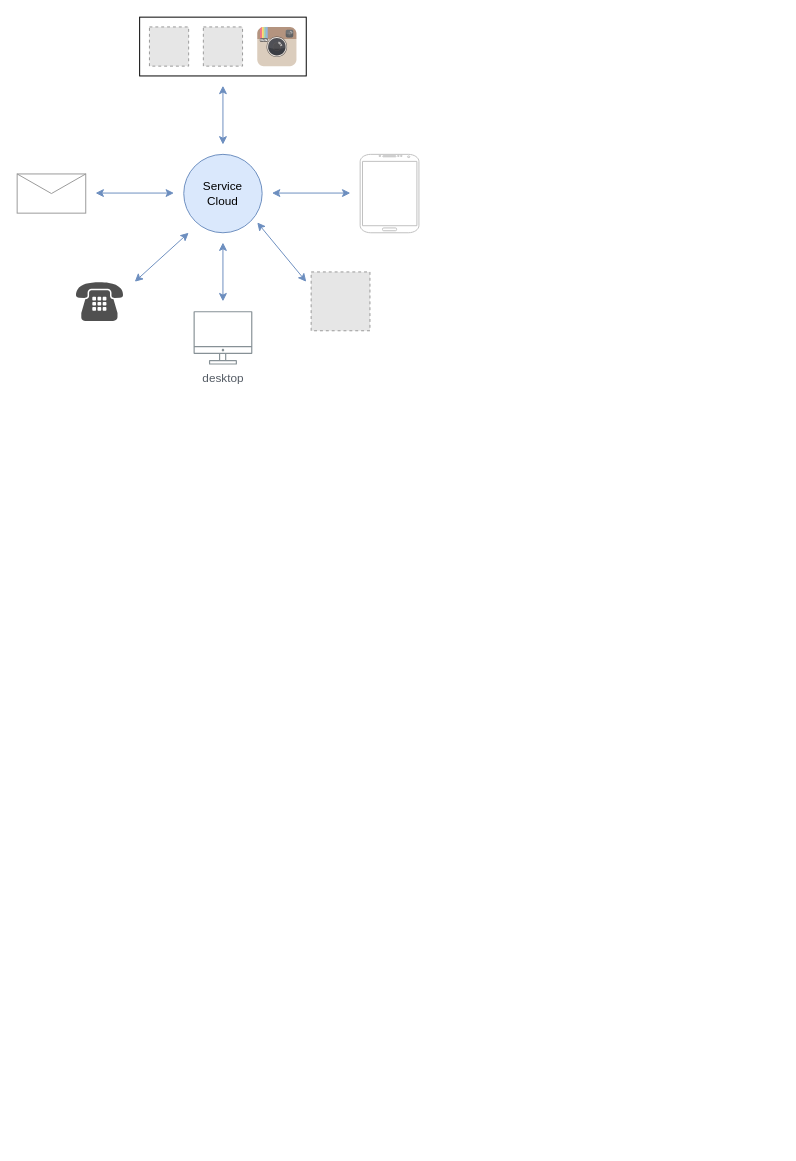
The draw.io diagram Service Cloud.drawio in jjromerop/draw, before the edit. Source tidied: cells renumbered, new cells numbered last; positions are measured from the earlier drawing's top-left corner, leaving out a move shared by most shapes. Both pictures are drawn from the tidied source at 98%, with x=0, y=0 at pixel (17, 17). Pictures stored in the file or linked from it are replaced by grey dashed boxes.
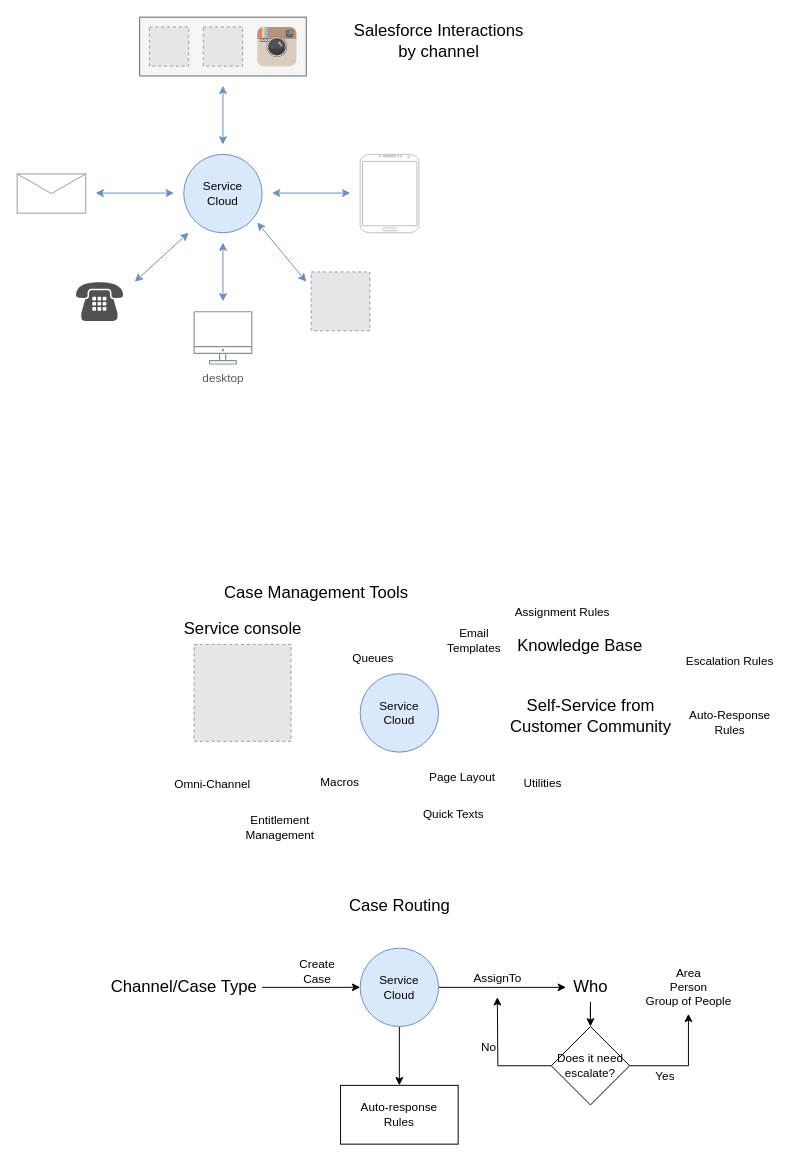
The same diagram, later.

Change to the diagram source:
```diff
@@
-    <mxCell id="5" style="whiteSpace=wrap;html=1;" parent="1" vertex="1">
+    <mxCell id="5" style="whiteSpace=wrap;html=1;fillColor=#f5f5f5;strokeColor=#666666;fontColor=#333333;" parent="1" vertex="1">
       <mxGeometry x="125" width="170" height="60" as="geometry" />
     </mxCell>
-    <mxCell id="6" style="fillColor=#E6E6E6;strokeColor=#999999;dashed=1;html=1;verticalAlign=top;verticalLabelPosition=bottom;labelBackgroundColor=#ffffff;" parent="1" vertex="1">
+    <mxCell id="6" style="fillColor=#E6E6E6;strokeColor=#999999;dashed=1;html=1;verticalAlign=top;verticalLabelPosition=bottom;labelBackgroundColor=#ffffff;fontColor=#333333;" parent="1" vertex="1">
       <mxGeometry x="135" y="10" width="40" height="40" as="geometry" />
     </mxCell>
-    <mxCell id="7" style="fillColor=#E6E6E6;strokeColor=#999999;dashed=1;html=1;verticalAlign=top;verticalLabelPosition=bottom;labelBackgroundColor=#ffffff;" parent="1" vertex="1">
+    <mxCell id="7" style="fillColor=#E6E6E6;strokeColor=#999999;dashed=1;html=1;verticalAlign=top;verticalLabelPosition=bottom;labelBackgroundColor=#ffffff;fontColor=#333333;" parent="1" vertex="1">
       <mxGeometry x="190" y="10" width="40" height="40" as="geometry" />
     </mxCell>
-    <mxCell id="8" style="dashed=0;html=1;align=center;labelPosition=center;verticalLabelPosition=bottom;verticalAlign=top;shape=mxgraph.weblogos.instagram;fillColor=#6FC0E4;gradientColor=#1E305B;" parent="1" vertex="1">
+    <mxCell id="8" style="dashed=0;html=1;align=center;labelPosition=center;verticalLabelPosition=bottom;verticalAlign=top;shape=mxgraph.weblogos.instagram;fillColor=#f5f5f5;strokeColor=#666666;fontColor=#333333;" parent="1" vertex="1">
       <mxGeometry x="245" y="10" width="40" height="40" as="geometry" />
     </mxCell>
-    <mxCell id="9" style="edgeStyle=orthogonalEdgeStyle;rounded=0;orthogonalLoop=1;jettySize=auto;html=1;exitX=0.5;exitY=1;exitDx=0;exitDy=0;" parent="1" edge="1" source="5" target="5">
+    <mxCell id="9" style="edgeStyle=orthogonalEdgeStyle;rounded=0;orthogonalLoop=1;jettySize=auto;html=1;exitX=0.5;exitY=1;exitDx=0;exitDy=0;fillColor=#f5f5f5;strokeColor=#666666;" parent="1" edge="1" source="5" target="5">
       <mxGeometry relative="1" as="geometry" />
     </mxCell>
@@
+    <mxCell id="19" value="Salesforce Interactions&lt;br style=&quot;font-size: 17px;&quot;&gt;by channel" style="text;html=1;align=center;verticalAlign=middle;fontColor=#000000;fontSize=17;" parent="1" vertex="1">
+      <mxGeometry x="335" width="190" height="50" as="geometry" />
+    </mxCell>
+    <mxCell id="20" value="Service&lt;br&gt;Cloud" style="ellipse;whiteSpace=wrap;html=1;fillColor=#dae8fc;strokeColor=#6c8ebf;" parent="1" vertex="1">
+      <mxGeometry x="350" y="670" width="80" height="80" as="geometry" />
+    </mxCell>
+    <mxCell id="21" style="fillColor=#E6E6E6;strokeColor=#999999;dashed=1;html=1;verticalAlign=top;verticalLabelPosition=bottom;labelBackgroundColor=#ffffff;fontSize=17;fontColor=#000000;" parent="1" vertex="1">
+      <mxGeometry x="180.5" y="640" width="99" height="99" as="geometry" />
+    </mxCell>
+    <mxCell id="22" value="Service console" style="text;html=1;align=center;verticalAlign=middle;fontSize=17;fontColor=#000000;" parent="1" vertex="1">
+      <mxGeometry x="160" y="610" width="140" height="30" as="geometry" />
+    </mxCell>
+    <mxCell id="23" value="Case Management Tools" style="text;html=1;align=center;verticalAlign=middle;fontSize=17;fontColor=#000000;" parent="1" vertex="1">
+      <mxGeometry x="205" y="573" width="200" height="30" as="geometry" />
+    </mxCell>
+    <mxCell id="24" value="Knowledge Base" style="text;html=1;align=center;verticalAlign=middle;fontSize=17;fontColor=#000000;" parent="1" vertex="1">
+      <mxGeometry x="504" y="627" width="140" height="30" as="geometry" />
+    </mxCell>
+    <mxCell id="25" value="Self-Service from &lt;br&gt;Customer Community" style="text;html=1;align=center;verticalAlign=middle;fontSize=17;fontColor=#000000;" parent="1" vertex="1">
+      <mxGeometry x="495" y="689" width="180" height="50" as="geometry" />
+    </mxCell>
+    <mxCell id="26" style="edgeStyle=orthogonalEdgeStyle;rounded=0;jettySize=auto;html=1;exitX=1;exitY=0.5;exitDx=0;exitDy=0;fontSize=17;fontColor=#000000;" parent="1" edge="1" source="29" target="35">
+      <mxGeometry relative="1" as="geometry" />
+    </mxCell>
+    <mxCell id="27" value="AssignTo" style="text;html=1;align=center;verticalAlign=middle;labelBackgroundColor=#ffffff;fontSize=12;fontColor=#000000;" parent="26" vertex="1">
+      <mxGeometry x="-0.1" y="-1" relative="1" as="geometry">
+        <mxPoint y="-11" as="offset" />
+      </mxGeometry>
+    </mxCell>
+    <mxCell id="28" style="edgeStyle=orthogonalEdgeStyle;rounded=0;jettySize=auto;html=1;exitX=0.5;exitY=1;exitDx=0;exitDy=0;fontSize=12;fontColor=#000000;entryX=0.5;entryY=0;entryDx=0;entryDy=0;" parent="1" edge="1" source="29" target="42">
+      <mxGeometry relative="1" as="geometry" />
+    </mxCell>
+    <mxCell id="29" value="Service&lt;br&gt;Cloud" style="ellipse;whiteSpace=wrap;html=1;fillColor=#dae8fc;strokeColor=#6c8ebf;" parent="1" vertex="1">
+      <mxGeometry x="350" y="950" width="80" height="80" as="geometry" />
+    </mxCell>
+    <mxCell id="30" value="Case Routing" style="text;html=1;align=center;verticalAlign=middle;fontSize=17;fontColor=#000000;" parent="1" vertex="1">
+      <mxGeometry x="330" y="893" width="120" height="30" as="geometry" />
+    </mxCell>
+    <mxCell id="31" style="edgeStyle=orthogonalEdgeStyle;rounded=0;jettySize=auto;html=1;entryX=0;entryY=0.5;entryDx=0;entryDy=0;fontSize=17;fontColor=#000000;" parent="1" edge="1" source="33" target="29">
+      <mxGeometry relative="1" as="geometry" />
+    </mxCell>
+    <mxCell id="32" value="Create&lt;br&gt;Case" style="text;html=1;align=center;verticalAlign=middle;labelBackgroundColor=#ffffff;fontSize=12;fontColor=#000000;" parent="31" vertex="1">
+      <mxGeometry x="0.04" y="-1" relative="1" as="geometry">
+        <mxPoint x="3" y="-18" as="offset" />
+      </mxGeometry>
+    </mxCell>
+    <mxCell id="33" value="Channel/Case Type" style="text;html=1;align=center;verticalAlign=middle;points=[];fontSize=17;fontColor=#000000;" parent="1" vertex="1">
+      <mxGeometry x="90" y="975" width="160" height="30" as="geometry" />
+    </mxCell>
+    <mxCell id="34" style="edgeStyle=orthogonalEdgeStyle;rounded=0;jettySize=auto;html=1;entryX=0.5;entryY=0;entryDx=0;entryDy=0;fontSize=12;fontColor=#000000;" parent="1" edge="1" source="35" target="41">
+      <mxGeometry relative="1" as="geometry" />
+    </mxCell>
+    <mxCell id="35" value="Who" style="text;html=1;align=center;verticalAlign=middle;points=[];fontSize=17;fontColor=#000000;" parent="1" vertex="1">
+      <mxGeometry x="560" y="975" width="50" height="30" as="geometry" />
+    </mxCell>
+    <mxCell id="36" value="Area&lt;br&gt;Person&lt;br&gt;Group of People" style="text;html=1;align=center;verticalAlign=middle;points=[];fontSize=12;fontColor=#000000;" parent="1" vertex="1">
+      <mxGeometry x="635" y="965" width="100" height="50" as="geometry" />
+    </mxCell>
+    <mxCell id="37" style="edgeStyle=orthogonalEdgeStyle;rounded=0;jettySize=auto;html=1;exitX=1;exitY=0.5;exitDx=0;exitDy=0;entryX=0.5;entryY=1.04;entryDx=0;entryDy=0;entryPerimeter=0;fontSize=12;fontColor=#000000;" parent="1" edge="1" source="41" target="36">
+      <mxGeometry relative="1" as="geometry" />
+    </mxCell>
+    <mxCell id="38" value="Yes" style="text;html=1;align=center;verticalAlign=middle;labelBackgroundColor=#ffffff;fontSize=12;fontColor=#000000;" parent="37" vertex="1">
+      <mxGeometry x="-0.13" y="-1" relative="1" as="geometry">
+        <mxPoint x="-14" y="9" as="offset" />
+      </mxGeometry>
+    </mxCell>
+    <mxCell id="39" style="edgeStyle=orthogonalEdgeStyle;rounded=0;jettySize=auto;html=1;exitX=0;exitY=0.5;exitDx=0;exitDy=0;fontSize=12;fontColor=#000000;" parent="1" edge="1" source="41">
+      <mxGeometry relative="1" as="geometry">
+        <mxPoint x="490" y="1000" as="targetPoint" />
+      </mxGeometry>
+    </mxCell>
+    <mxCell id="40" value="No" style="text;html=1;align=center;verticalAlign=middle;labelBackgroundColor=#ffffff;fontSize=12;fontColor=#000000;" parent="39" vertex="1">
+      <mxGeometry x="-0.17" y="-10" relative="1" as="geometry">
+        <mxPoint x="-13" y="-10" as="offset" />
+      </mxGeometry>
+    </mxCell>
+    <mxCell id="41" value="Does it need escalate?" style="rhombus;whiteSpace=wrap;html=1;fontSize=12;fontColor=#000000;" parent="1" vertex="1">
+      <mxGeometry x="545" y="1030" width="80" height="80" as="geometry" />
+    </mxCell>
+    <mxCell id="42" value="Auto-response&lt;br&gt;Rules" style="rounded=0;whiteSpace=wrap;html=1;fontSize=12;fontColor=#000000;" parent="1" vertex="1">
+      <mxGeometry x="330" y="1090" width="120" height="60" as="geometry" />
+    </mxCell>
+    <mxCell id="43" value="Macros" style="text;html=1;align=center;verticalAlign=middle;fontSize=12;fontColor=#000000;" parent="1" vertex="1">
+      <mxGeometry x="304" y="771" width="50" height="20" as="geometry" />
+    </mxCell>
+    <mxCell id="44" value="Quick Texts" style="text;html=1;align=center;verticalAlign=middle;fontSize=12;fontColor=#000000;" parent="1" vertex="1">
+      <mxGeometry x="405" y="804" width="80" height="20" as="geometry" />
+    </mxCell>
+    <mxCell id="45" value="Utilities" style="text;html=1;align=center;verticalAlign=middle;fontSize=12;fontColor=#000000;" parent="1" vertex="1">
+      <mxGeometry x="511" y="772" width="50" height="20" as="geometry" />
+    </mxCell>
+    <mxCell id="46" value="Email&lt;br&gt;Templates" style="text;html=1;align=center;verticalAlign=middle;fontSize=12;fontColor=#000000;" parent="1" vertex="1">
+      <mxGeometry x="431" y="621" width="70" height="30" as="geometry" />
+    </mxCell>
+    <mxCell id="47" value="Omni-Channel" style="text;html=1;align=center;verticalAlign=middle;fontSize=12;fontColor=#000000;" parent="1" vertex="1">
+      <mxGeometry x="154" y="773" width="90" height="20" as="geometry" />
+    </mxCell>
+    <mxCell id="48" value="Entitlement&lt;br&gt;Management" style="text;html=1;align=center;verticalAlign=middle;fontSize=12;fontColor=#000000;" parent="1" vertex="1">
+      <mxGeometry x="223" y="812" width="90" height="30" as="geometry" />
+    </mxCell>
+    <mxCell id="49" value="Page Layout" style="text;html=1;align=center;verticalAlign=middle;fontSize=12;fontColor=#000000;" parent="1" vertex="1">
+      <mxGeometry x="414" y="766" width="80" height="20" as="geometry" />
+    </mxCell>
+    <mxCell id="50" value="Queues" style="text;html=1;align=center;verticalAlign=middle;fontSize=12;fontColor=#000000;" parent="1" vertex="1">
+      <mxGeometry x="333" y="645" width="60" height="20" as="geometry" />
+    </mxCell>
+    <mxCell id="51" value="Assignment Rules" style="text;html=1;align=center;verticalAlign=middle;fontSize=12;fontColor=#000000;" parent="1" vertex="1">
+      <mxGeometry x="501" y="598" width="110" height="20" as="geometry" />
+    </mxCell>
+    <mxCell id="52" value="Escalation Rules" style="text;html=1;align=center;verticalAlign=middle;fontSize=12;fontColor=#000000;" parent="1" vertex="1">
+      <mxGeometry x="677" y="648" width="100" height="20" as="geometry" />
+    </mxCell>
+    <mxCell id="53" value="Auto-Response&lt;br&gt;Rules" style="text;html=1;align=center;verticalAlign=middle;fontSize=12;fontColor=#000000;" parent="1" vertex="1">
+      <mxGeometry x="677" y="705" width="100" height="30" as="geometry" />
+    </mxCell>
```
